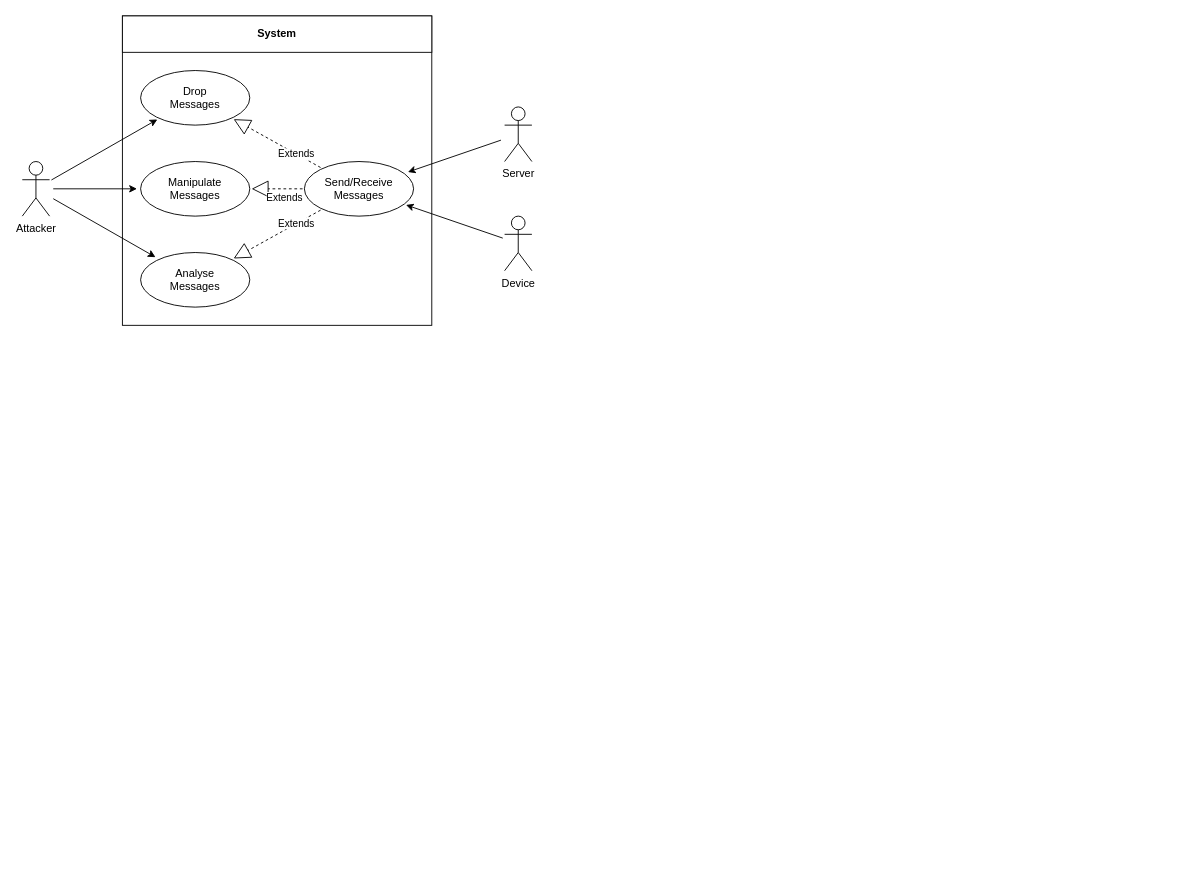
This is diagrams/UseCases.drawio from molatho/master-thesis, a draw.io file, before an edit. Source tidied: cells renumbered, new cells numbered last; positions are measured from the earlier drawing's top-left corner, leaving out a move shared by most shapes. Both pictures are drawn from the tidied source at 91%, with x=0, y=0 at pixel (22, 15).
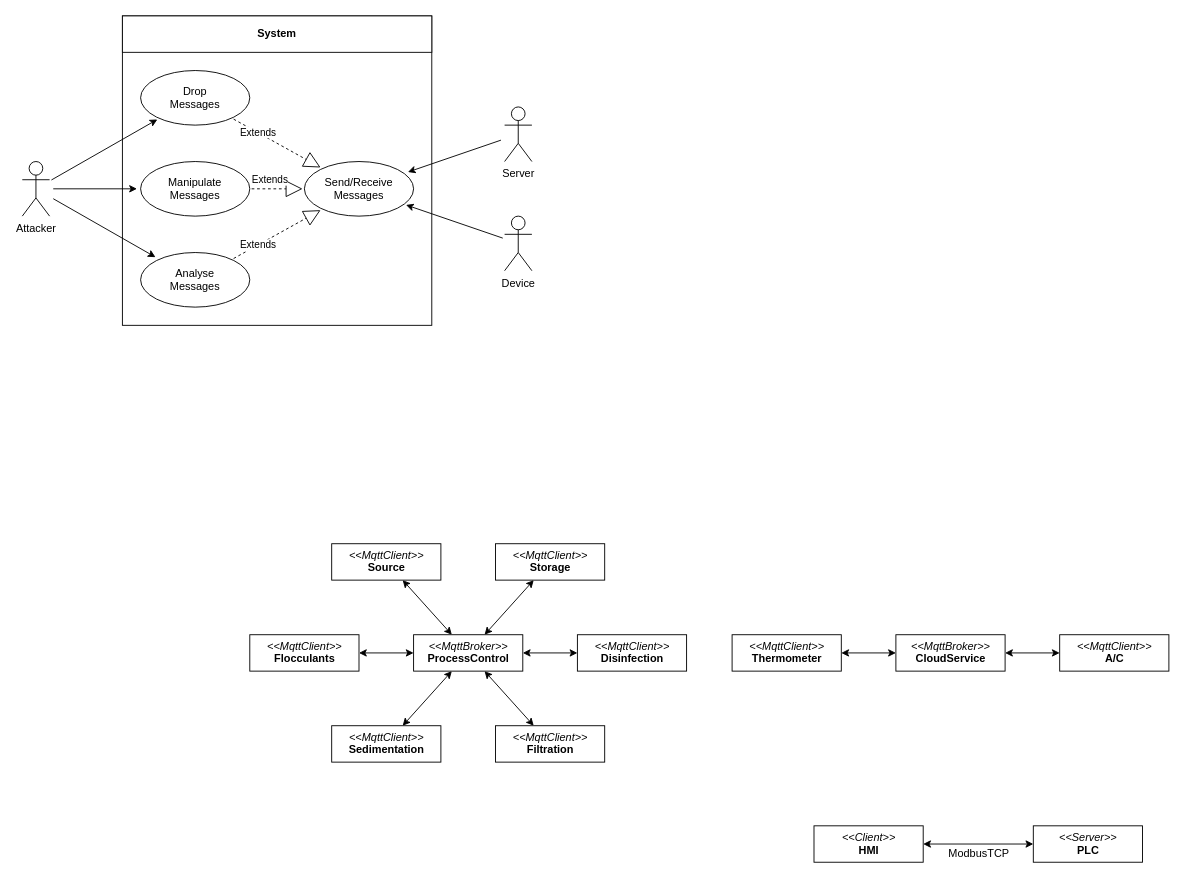
The same page after the edit.

The change refers to these unchanged cells:
```xml
<mxCell id="2" style="rounded=0;whiteSpace=wrap;html=1;fillColor=none;" parent="1" vertex="1">
  <mxGeometry x="110" width="340" height="340" as="geometry" />
</mxCell>
<mxCell id="4" value="Analyse&lt;br&gt;Messages" style="ellipse;whiteSpace=wrap;html=1;" parent="2" vertex="1">
  <mxGeometry x="20" y="260" width="120" height="60" as="geometry" />
</mxCell>
<mxCell id="5" value="Manipulate&lt;br&gt;Messages" style="ellipse;whiteSpace=wrap;html=1;" parent="2" vertex="1">
  <mxGeometry x="20" y="160" width="120" height="60" as="geometry" />
</mxCell>
<mxCell id="6" value="Send/Receive&lt;br&gt;Messages" style="ellipse;whiteSpace=wrap;html=1;" parent="2" vertex="1">
  <mxGeometry x="200" y="160" width="120" height="60" as="geometry" />
</mxCell>
<mxCell id="8" value="Drop&lt;br&gt;Messages" style="ellipse;whiteSpace=wrap;html=1;" parent="2" vertex="1">
  <mxGeometry x="20" y="60" width="120" height="60" as="geometry" />
</mxCell>
```

What changed in the source:
```diff
@@
-    <mxCell id="7" value="Extends" style="endArrow=block;endSize=16;endFill=0;html=1;dashed=1;targetPerimeterSpacing=2;sourcePerimeterSpacing=2;jumpStyle=arc;" parent="2" edge="1" source="6" target="5">
+    <mxCell id="7" value="Extends" style="endArrow=block;endSize=16;endFill=0;html=1;dashed=1;targetPerimeterSpacing=2;sourcePerimeterSpacing=2;jumpStyle=arc;" parent="2" edge="1" source="5" target="6">
       <mxGeometry x="-0.29" y="10" relative="1" as="geometry" />
     </mxCell>
@@
-    <mxCell id="9" value="Extends" style="endArrow=block;endSize=16;endFill=0;html=1;dashed=1;targetPerimeterSpacing=2;sourcePerimeterSpacing=2;" parent="2" edge="1" source="6" target="8">
+    <mxCell id="9" value="Extends" style="endArrow=block;endSize=16;endFill=0;html=1;dashed=1;targetPerimeterSpacing=2;sourcePerimeterSpacing=2;" parent="2" edge="1" source="8" target="6">
       <mxGeometry x="-0.44" relative="1" as="geometry" />
     </mxCell>
-    <mxCell id="10" value="Extends" style="endArrow=block;endSize=16;endFill=0;html=1;dashed=1;targetPerimeterSpacing=2;sourcePerimeterSpacing=2;" parent="2" edge="1" source="6" target="4">
+    <mxCell id="10" value="Extends" style="endArrow=block;endSize=16;endFill=0;html=1;dashed=1;targetPerimeterSpacing=2;sourcePerimeterSpacing=2;" parent="2" edge="1" source="4" target="6">
       <mxGeometry x="-0.44" relative="1" as="geometry" />
     </mxCell>
@@
+    <mxCell id="19" style="edgeStyle=none;rounded=0;jumpStyle=arc;jumpSize=10;jettySize=auto;html=1;fontSize=12;startArrow=classic;startFill=1;" parent="1" edge="1" source="20" target="31">
+      <mxGeometry relative="1" as="geometry" />
+    </mxCell>
+    <mxCell id="20" value="&lt;i&gt;&amp;lt;&amp;lt;MqttClient&amp;gt;&amp;gt;&lt;/i&gt;&lt;br&gt;&lt;b style=&quot;line-height: 15.6px&quot;&gt;Source&lt;/b&gt;" style="html=1;fontSize=12;" parent="1" vertex="1">
+      <mxGeometry x="340" y="580" width="120" height="40" as="geometry" />
+    </mxCell>
+    <mxCell id="21" style="edgeStyle=none;rounded=0;jumpStyle=arc;jumpSize=10;jettySize=auto;html=1;fontSize=12;startArrow=classic;startFill=1;" parent="1" edge="1" source="22" target="31">
+      <mxGeometry relative="1" as="geometry" />
+    </mxCell>
+    <mxCell id="22" value="&lt;i&gt;&amp;lt;&amp;lt;MqttClient&amp;gt;&amp;gt;&lt;/i&gt;&lt;br&gt;&lt;b style=&quot;line-height: 15.6px&quot;&gt;Flocculants&lt;/b&gt;" style="html=1;fontSize=12;" parent="1" vertex="1">
+      <mxGeometry x="250" y="680" width="120" height="40" as="geometry" />
+    </mxCell>
+    <mxCell id="23" style="edgeStyle=none;rounded=0;jumpStyle=arc;jumpSize=10;jettySize=auto;html=1;fontSize=12;startArrow=classic;startFill=1;" parent="1" edge="1" source="24" target="31">
+      <mxGeometry relative="1" as="geometry" />
+    </mxCell>
+    <mxCell id="24" value="&lt;i&gt;&amp;lt;&amp;lt;MqttClient&amp;gt;&amp;gt;&lt;/i&gt;&lt;br&gt;&lt;b style=&quot;line-height: 15.6px&quot;&gt;Sedimentation&lt;/b&gt;" style="html=1;fontSize=12;" parent="1" vertex="1">
+      <mxGeometry x="340" y="780" width="120" height="40" as="geometry" />
+    </mxCell>
+    <mxCell id="25" style="edgeStyle=none;rounded=0;jumpStyle=arc;jumpSize=10;jettySize=auto;html=1;fontSize=12;startArrow=classic;startFill=1;" parent="1" edge="1" source="26" target="31">
+      <mxGeometry relative="1" as="geometry" />
+    </mxCell>
+    <mxCell id="26" value="&lt;i&gt;&amp;lt;&amp;lt;MqttClient&amp;gt;&amp;gt;&lt;/i&gt;&lt;br&gt;&lt;b style=&quot;line-height: 15.6px&quot;&gt;Filtration&lt;/b&gt;" style="html=1;fontSize=12;" parent="1" vertex="1">
+      <mxGeometry x="520" y="780" width="120" height="40" as="geometry" />
+    </mxCell>
+    <mxCell id="27" style="edgeStyle=none;rounded=0;jumpStyle=arc;jumpSize=10;jettySize=auto;html=1;fontSize=12;startArrow=classic;startFill=1;" parent="1" edge="1" source="28" target="31">
+      <mxGeometry relative="1" as="geometry" />
+    </mxCell>
+    <mxCell id="28" value="&lt;i&gt;&amp;lt;&amp;lt;MqttClient&amp;gt;&amp;gt;&lt;/i&gt;&lt;br&gt;&lt;b style=&quot;line-height: 15.6px&quot;&gt;Disinfection&lt;/b&gt;" style="html=1;fontSize=12;" parent="1" vertex="1">
+      <mxGeometry x="610" y="680" width="120" height="40" as="geometry" />
+    </mxCell>
+    <mxCell id="29" style="edgeStyle=none;rounded=0;jumpStyle=arc;jumpSize=10;jettySize=auto;html=1;fontSize=12;startArrow=classic;startFill=1;" parent="1" edge="1" source="30" target="31">
+      <mxGeometry relative="1" as="geometry" />
+    </mxCell>
+    <mxCell id="30" value="&lt;i&gt;&amp;lt;&amp;lt;MqttClient&amp;gt;&amp;gt;&lt;/i&gt;&lt;br&gt;&lt;b style=&quot;line-height: 15.6px&quot;&gt;Storage&lt;/b&gt;" style="html=1;fontSize=12;" parent="1" vertex="1">
+      <mxGeometry x="520" y="580" width="120" height="40" as="geometry" />
+    </mxCell>
+    <mxCell id="31" value="&lt;i&gt;&amp;lt;&amp;lt;MqttBroker&amp;gt;&amp;gt;&lt;/i&gt;&lt;br&gt;&lt;b style=&quot;line-height: 15.6px&quot;&gt;ProcessControl&lt;/b&gt;" style="html=1;fontSize=12;" parent="1" vertex="1">
+      <mxGeometry x="430" y="680" width="120" height="40" as="geometry" />
+    </mxCell>
+    <mxCell id="32" value="&lt;i&gt;&amp;lt;&amp;lt;MqttBroker&amp;gt;&amp;gt;&lt;/i&gt;&lt;br&gt;&lt;b style=&quot;line-height: 15.6px&quot;&gt;CloudService&lt;/b&gt;" style="html=1;fontSize=12;" parent="1" vertex="1">
+      <mxGeometry x="960" y="680" width="120" height="40" as="geometry" />
+    </mxCell>
+    <mxCell id="33" value="&lt;i&gt;&amp;lt;&amp;lt;MqttClient&amp;gt;&amp;gt;&lt;/i&gt;&lt;br&gt;&lt;b style=&quot;line-height: 15.6px&quot;&gt;Thermometer&lt;/b&gt;" style="html=1;fontSize=12;" parent="1" vertex="1">
+      <mxGeometry x="780" y="680" width="120" height="40" as="geometry" />
+    </mxCell>
+    <mxCell id="34" value="&lt;i&gt;&amp;lt;&amp;lt;MqttClient&amp;gt;&amp;gt;&lt;/i&gt;&lt;br&gt;&lt;b style=&quot;line-height: 15.6px&quot;&gt;A/C&lt;/b&gt;" style="html=1;fontSize=12;" parent="1" vertex="1">
+      <mxGeometry x="1140" y="680" width="120" height="40" as="geometry" />
+    </mxCell>
+    <mxCell id="35" style="edgeStyle=none;rounded=0;jumpStyle=arc;jumpSize=10;jettySize=auto;html=1;fontSize=12;startArrow=classic;startFill=1;" parent="1" edge="1" source="34" target="32">
+      <mxGeometry relative="1" as="geometry" />
+    </mxCell>
+    <mxCell id="36" style="edgeStyle=none;rounded=0;jumpStyle=arc;jumpSize=10;jettySize=auto;html=1;fontSize=12;startArrow=classic;startFill=1;" parent="1" edge="1" source="33" target="32">
+      <mxGeometry relative="1" as="geometry" />
+    </mxCell>
+    <mxCell id="37" style="edgeStyle=none;rounded=0;jumpStyle=arc;jumpSize=10;jettySize=auto;html=1;fontSize=12;startArrow=classic;startFill=1;" parent="1" edge="1" source="39" target="40">
+      <mxGeometry relative="1" as="geometry" />
+    </mxCell>
+    <mxCell id="38" value="ModbusTCP" style="edgeLabel;html=1;align=center;verticalAlign=middle;fontSize=12;" parent="37" vertex="1">
+      <mxGeometry x="0.17" relative="1" as="geometry">
+        <mxPoint x="-11" y="10" as="offset" />
+      </mxGeometry>
+    </mxCell>
+    <mxCell id="39" value="&lt;i&gt;&amp;lt;&amp;lt;Client&amp;gt;&amp;gt;&lt;/i&gt;&lt;br&gt;&lt;b style=&quot;line-height: 15.6px&quot;&gt;HMI&lt;/b&gt;" style="html=1;fontSize=12;" parent="1" vertex="1">
+      <mxGeometry x="870" y="890" width="120" height="40" as="geometry" />
+    </mxCell>
+    <mxCell id="40" value="&lt;i&gt;&amp;lt;&amp;lt;Server&amp;gt;&amp;gt;&lt;/i&gt;&lt;br&gt;&lt;b style=&quot;line-height: 15.6px&quot;&gt;PLC&lt;/b&gt;" style="html=1;fontSize=12;" parent="1" vertex="1">
+      <mxGeometry x="1111" y="890" width="120" height="40" as="geometry" />
+    </mxCell>
```
